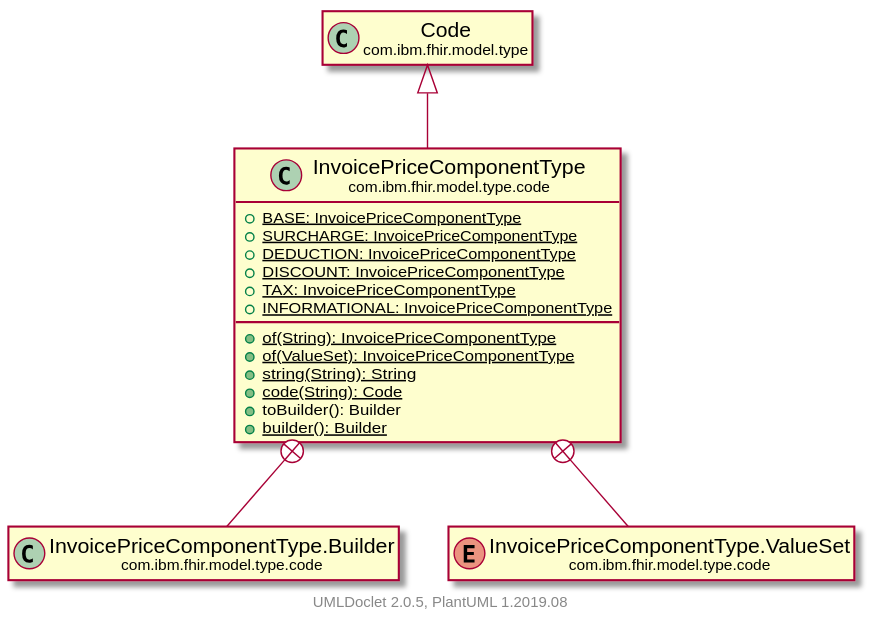
Above: javadocs/latest/com/ibm/fhir/model/type/code/InvoicePriceComponentType.svg in tumblewind/FHIR (PlantUML), before the change.
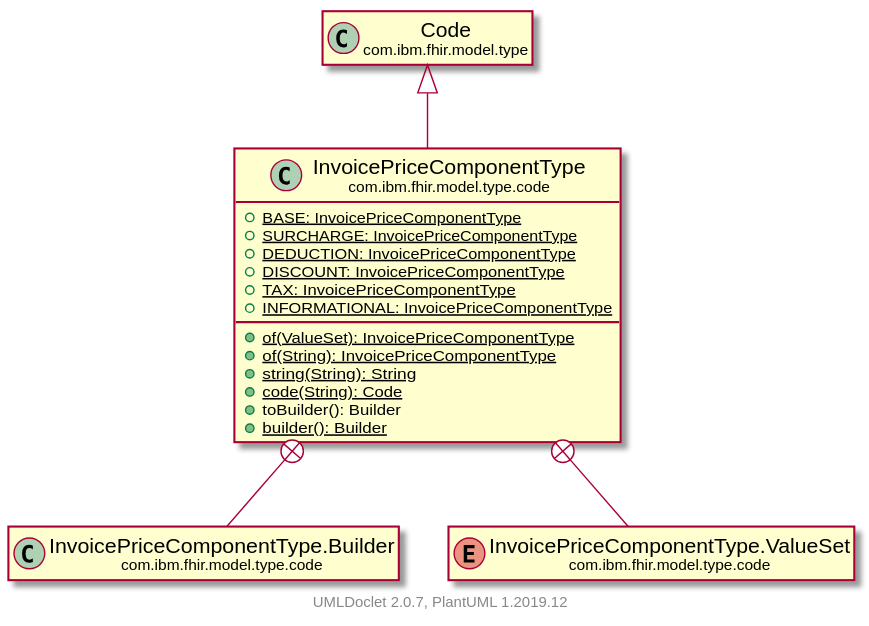
After the change.

Change to the diagram source:
```diff
@@ -10,8 +10,8 @@
         {static} +DISCOUNT: InvoicePriceComponentType
         {static} +TAX: InvoicePriceComponentType
         {static} +INFORMATIONAL: InvoicePriceComponentType
+        {static} +of(ValueSet): InvoicePriceComponentType
         {static} +of(String): InvoicePriceComponentType
-        {static} +of(ValueSet): InvoicePriceComponentType
         {static} +string(String): String
         {static} +code(String): Code
         +toBuilder(): Builder
@@ -26,5 +26,5 @@
     com.ibm.fhir.model.type.code.InvoicePriceComponentType +-- com.ibm.fhir.model.type.code.InvoicePriceComponentType.Builder
     com.ibm.fhir.model.type.code.InvoicePriceComponentType +-- com.ibm.fhir.model.type.code.InvoicePriceComponentType.ValueSet
 
-    center footer UMLDoclet 2.0.5, PlantUML 1.2019.08
+    center footer UMLDoclet 2.0.7, PlantUML 1.2019.12
 @enduml
```
